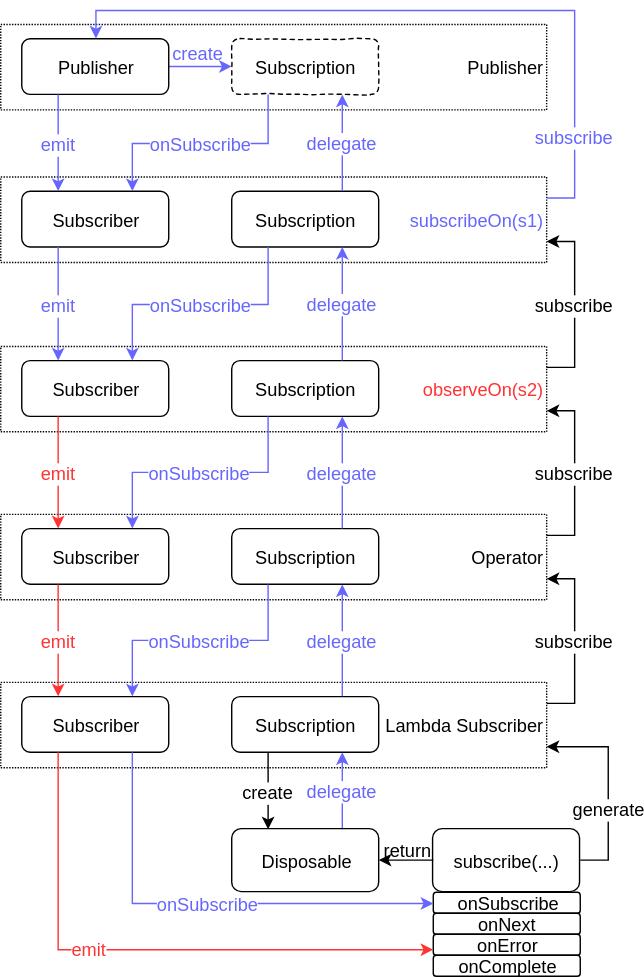
Earlier version of the draw.io export doc/rxjava/Scheduler.svg (XDean/Share). Source tidied: cells renumbered, new cells last; positions are measured from the earlier drawing's top-left corner, leaving out a move shared by most shapes.
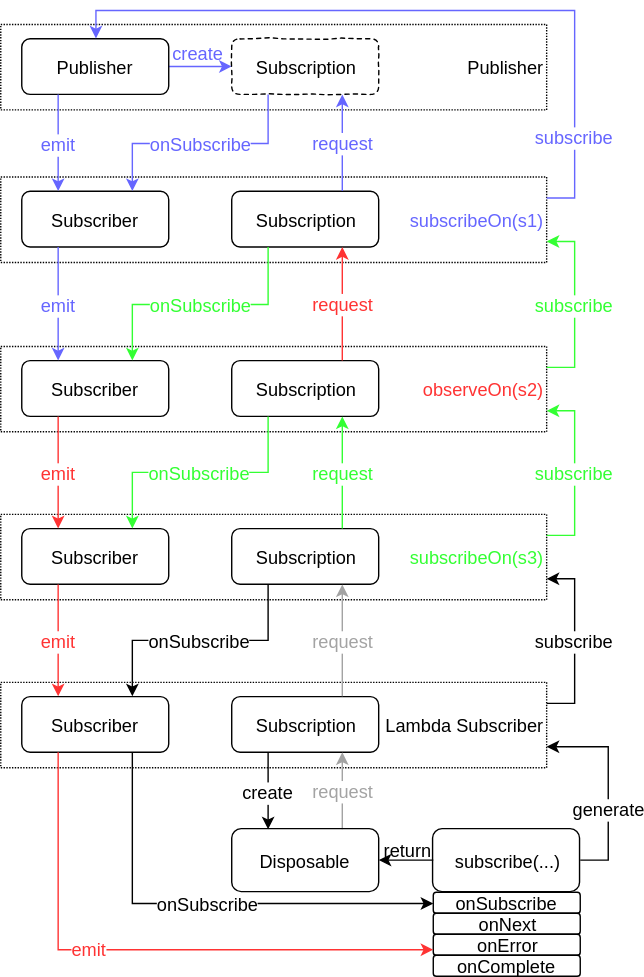
After the commit.

The edit, as a diff of the source:
```diff
@@ -29,7 +29,7 @@
     <mxCell id="10" style="group;" parent="1" vertex="1">
       <mxGeometry y="350" width="390" height="61" as="geometry" />
     </mxCell>
-    <mxCell id="11" value="Operator" style="rounded=0;whiteSpace=wrap;html=1;fillColor=none;gradientColor=none;fontSize=13;dashed=1;dashPattern=1 1;align=right;" parent="10" vertex="1">
+    <mxCell id="11" value="&lt;span&gt;&lt;font color=&quot;#33ff33&quot;&gt;subscribeOn(s3)&lt;/font&gt;&lt;/span&gt;" style="rounded=0;whiteSpace=wrap;html=1;fillColor=none;gradientColor=none;fontSize=13;dashed=1;dashPattern=1 1;align=right;" parent="10" vertex="1">
       <mxGeometry width="390" height="61" as="geometry" />
     </mxCell>
     <mxCell id="12" value="Subscriber" style="rounded=1;whiteSpace=wrap;html=1;fillColor=#ffffff;gradientColor=none;fontSize=13;" parent="10" vertex="1">
@@ -65,28 +65,28 @@
     <mxCell id="22" value="Subscription&lt;br&gt;" style="rounded=1;whiteSpace=wrap;html=1;fillColor=#ffffff;gradientColor=none;fontSize=13;shadow=0;glass=0;comic=1;dashed=1;" parent="18" vertex="1">
       <mxGeometry x="165" y="10.2" width="105" height="39.8" as="geometry" />
     </mxCell>
-    <mxCell id="23" value="&lt;font color=&quot;#6666ff&quot;&gt;delegate&lt;/font&gt;" style="edgeStyle=orthogonalEdgeStyle;rounded=0;html=1;exitX=0.75;exitY=0;entryX=0.75;entryY=1;jettySize=auto;strokeColor=#6666FF;fontSize=13;" parent="1" edge="1" source="5" target="22">
+    <mxCell id="23" value="&lt;font color=&quot;#6666ff&quot;&gt;request&lt;/font&gt;" style="edgeStyle=orthogonalEdgeStyle;rounded=0;html=1;exitX=0.75;exitY=0;entryX=0.75;entryY=1;jettySize=auto;strokeColor=#6666FF;fontSize=13;" parent="1" edge="1" source="5" target="22">
       <mxGeometry relative="1" as="geometry" />
     </mxCell>
-    <mxCell id="24" value="&lt;font color=&quot;#6666ff&quot;&gt;delegate&lt;/font&gt;" style="edgeStyle=orthogonalEdgeStyle;rounded=0;html=1;exitX=0.75;exitY=0;entryX=0.75;entryY=1;jettySize=auto;strokeColor=#6666FF;fontSize=13;" parent="1" edge="1" source="9" target="5">
+    <mxCell id="24" value="&lt;font color=&quot;#ff3333&quot;&gt;request&lt;/font&gt;" style="edgeStyle=orthogonalEdgeStyle;rounded=0;html=1;exitX=0.75;exitY=0;entryX=0.75;entryY=1;jettySize=auto;strokeColor=#FF3333;fontSize=13;" parent="1" edge="1" source="9" target="5">
       <mxGeometry relative="1" as="geometry" />
     </mxCell>
-    <mxCell id="25" value="&lt;font color=&quot;#6666ff&quot;&gt;delegate&lt;/font&gt;" style="edgeStyle=orthogonalEdgeStyle;rounded=0;html=1;exitX=0.75;exitY=0;entryX=0.75;entryY=1;jettySize=auto;strokeColor=#6666FF;fontSize=13;" parent="1" edge="1" source="13" target="9">
+    <mxCell id="25" value="&lt;font color=&quot;#33ff33&quot;&gt;request&lt;/font&gt;" style="edgeStyle=orthogonalEdgeStyle;rounded=0;html=1;exitX=0.75;exitY=0;entryX=0.75;entryY=1;jettySize=auto;strokeColor=#33FF33;fontSize=13;" parent="1" edge="1" source="13" target="9">
       <mxGeometry relative="1" as="geometry" />
     </mxCell>
-    <mxCell id="26" value="&lt;font color=&quot;#6666ff&quot;&gt;delegate&lt;/font&gt;" style="edgeStyle=orthogonalEdgeStyle;rounded=0;html=1;exitX=0.75;exitY=0;entryX=0.75;entryY=1;jettySize=auto;strokeColor=#6666FF;fontSize=13;" parent="1" edge="1" source="17" target="13">
+    <mxCell id="26" value="&lt;font color=&quot;#a3a3a3&quot;&gt;request&lt;/font&gt;" style="edgeStyle=orthogonalEdgeStyle;rounded=0;html=1;exitX=0.75;exitY=0;entryX=0.75;entryY=1;jettySize=auto;strokeColor=#A3A3A3;fontSize=13;" parent="1" edge="1" source="17" target="13">
       <mxGeometry relative="1" as="geometry" />
     </mxCell>
     <mxCell id="27" value="&lt;font color=&quot;#6666ff&quot;&gt;onSubscribe&lt;/font&gt;" style="edgeStyle=orthogonalEdgeStyle;rounded=0;html=1;exitX=0.25;exitY=1;entryX=0.75;entryY=0;jettySize=auto;strokeColor=#6666FF;fontSize=13;" parent="1" edge="1" source="22" target="4">
       <mxGeometry relative="1" as="geometry" />
     </mxCell>
-    <mxCell id="28" value="&lt;font color=&quot;#6666ff&quot;&gt;onSubscribe&lt;/font&gt;" style="edgeStyle=orthogonalEdgeStyle;rounded=0;html=1;exitX=0.25;exitY=1;entryX=0.75;entryY=0;jettySize=auto;strokeColor=#6666FF;fontSize=13;" parent="1" edge="1" source="5" target="8">
+    <mxCell id="28" value="&lt;font color=&quot;#33ff33&quot;&gt;onSubscribe&lt;/font&gt;" style="edgeStyle=orthogonalEdgeStyle;rounded=0;html=1;exitX=0.25;exitY=1;entryX=0.75;entryY=0;jettySize=auto;strokeColor=#33FF33;fontSize=13;fontColor=#000000;" parent="1" edge="1" source="5" target="8">
       <mxGeometry relative="1" as="geometry" />
     </mxCell>
-    <mxCell id="29" value="&lt;font color=&quot;#6666ff&quot;&gt;onSubscribe&lt;/font&gt;" style="edgeStyle=orthogonalEdgeStyle;rounded=0;html=1;exitX=0.25;exitY=1;entryX=0.75;entryY=0;jettySize=auto;strokeColor=#6666FF;fontSize=13;" parent="1" edge="1" source="9" target="12">
+    <mxCell id="29" value="&lt;font color=&quot;#33ff33&quot;&gt;onSubscribe&lt;/font&gt;" style="edgeStyle=orthogonalEdgeStyle;rounded=0;html=1;exitX=0.25;exitY=1;entryX=0.75;entryY=0;jettySize=auto;strokeColor=#33FF33;fontSize=13;fontColor=#000000;" parent="1" edge="1" source="9" target="12">
       <mxGeometry relative="1" as="geometry" />
     </mxCell>
-    <mxCell id="30" value="&lt;font color=&quot;#6666ff&quot;&gt;onSubscribe&lt;/font&gt;" style="edgeStyle=orthogonalEdgeStyle;rounded=0;html=1;exitX=0.25;exitY=1;entryX=0.75;entryY=0;jettySize=auto;strokeColor=#6666FF;fontSize=13;" parent="1" edge="1" source="13" target="16">
+    <mxCell id="30" value="&lt;font&gt;onSubscribe&lt;/font&gt;" style="edgeStyle=orthogonalEdgeStyle;rounded=0;html=1;exitX=0.25;exitY=1;entryX=0.75;entryY=0;jettySize=auto;strokeColor=#000000;fontSize=13;fontColor=#000000;" parent="1" edge="1" source="13" target="16">
       <mxGeometry relative="1" as="geometry" />
     </mxCell>
     <mxCell id="31" value="generate" style="edgeStyle=orthogonalEdgeStyle;rounded=0;html=1;exitX=1;exitY=0.5;entryX=1;entryY=0.75;labelBackgroundColor=#ffffff;jettySize=auto;strokeColor=#000000;fontSize=13;" parent="1" edge="1" source="33" target="15">
@@ -98,7 +98,7 @@
     <mxCell id="33" value="subscribe(...)" style="rounded=1;whiteSpace=wrap;html=1;shadow=0;glass=0;comic=0;strokeColor=#000000;fillColor=none;gradientColor=none;fontSize=13;align=center;" parent="1" vertex="1">
       <mxGeometry x="308.5" y="574.5" width="105" height="45" as="geometry" />
     </mxCell>
-    <mxCell id="34" value="&lt;font color=&quot;#6666ff&quot;&gt;delegate&lt;/font&gt;" style="edgeStyle=orthogonalEdgeStyle;rounded=0;html=1;exitX=0.75;exitY=0;entryX=0.75;entryY=1;labelBackgroundColor=#ffffff;jettySize=auto;strokeColor=#6666FF;fontSize=13;" parent="1" edge="1" source="35" target="17">
+    <mxCell id="34" value="&lt;font color=&quot;#a3a3a3&quot;&gt;request&lt;/font&gt;" style="edgeStyle=orthogonalEdgeStyle;rounded=0;html=1;exitX=0.75;exitY=0;entryX=0.75;entryY=1;labelBackgroundColor=#ffffff;jettySize=auto;strokeColor=#A3A3A3;fontSize=13;fillColor=#f5f5f5;gradientColor=#b3b3b3;" parent="1" edge="1" source="35" target="17">
       <mxGeometry relative="1" as="geometry" />
     </mxCell>
     <mxCell id="35" value="Disposable" style="rounded=1;whiteSpace=wrap;html=1;shadow=0;glass=0;comic=0;strokeColor=#000000;fillColor=none;gradientColor=none;fontSize=13;align=center;" parent="1" vertex="1">
@@ -110,10 +110,10 @@
     <mxCell id="37" value="subscribe" style="edgeStyle=orthogonalEdgeStyle;rounded=0;html=1;exitX=1;exitY=0.25;entryX=1;entryY=0.75;labelBackgroundColor=#ffffff;jettySize=auto;strokeColor=#000000;fontSize=13;" parent="1" edge="1" source="15" target="11">
       <mxGeometry relative="1" as="geometry" />
     </mxCell>
-    <mxCell id="38" value="subscribe" style="edgeStyle=orthogonalEdgeStyle;rounded=0;html=1;entryX=1;entryY=0.75;labelBackgroundColor=#ffffff;jettySize=auto;strokeColor=#000000;fontSize=13;exitX=1;exitY=0.25;" parent="1" edge="1" source="11" target="7">
+    <mxCell id="38" value="&lt;font color=&quot;#33ff33&quot;&gt;subscribe&lt;/font&gt;" style="edgeStyle=orthogonalEdgeStyle;rounded=0;html=1;entryX=1;entryY=0.75;labelBackgroundColor=#ffffff;jettySize=auto;strokeColor=#33FF33;fontSize=13;exitX=1;exitY=0.25;fillColor=#cdeb8b;" parent="1" edge="1" source="11" target="7">
       <mxGeometry relative="1" as="geometry" />
     </mxCell>
-    <mxCell id="39" value="subscribe" style="edgeStyle=orthogonalEdgeStyle;rounded=0;html=1;entryX=1;entryY=0.75;labelBackgroundColor=#ffffff;jettySize=auto;strokeColor=#000000;fontSize=13;exitX=1;exitY=0.25;" parent="1" edge="1" source="7" target="3">
+    <mxCell id="39" value="&lt;font color=&quot;#33ff33&quot;&gt;subscribe&lt;/font&gt;" style="edgeStyle=orthogonalEdgeStyle;rounded=0;html=1;entryX=1;entryY=0.75;labelBackgroundColor=#ffffff;jettySize=auto;strokeColor=#33FF33;fontSize=13;exitX=1;exitY=0.25;" parent="1" edge="1" source="7" target="3">
       <mxGeometry relative="1" as="geometry" />
     </mxCell>
     <mxCell id="40" value="&lt;font color=&quot;#6666ff&quot;&gt;subscribe&lt;/font&gt;" style="edgeStyle=orthogonalEdgeStyle;rounded=0;html=1;exitX=1;exitY=0.25;entryX=0.5;entryY=0;labelBackgroundColor=#ffffff;jettySize=auto;strokeColor=#6666FF;fontSize=13;" parent="1" edge="1" source="3" target="21">
@@ -143,7 +143,7 @@
     <mxCell id="48" value="onComplete" style="rounded=1;whiteSpace=wrap;html=1;shadow=0;glass=0;comic=0;strokeColor=#000000;fillColor=none;gradientColor=none;fontSize=13;align=center;" parent="1" vertex="1">
       <mxGeometry x="309" y="665" width="105" height="15" as="geometry" />
     </mxCell>
-    <mxCell id="49" value="&lt;font color=&quot;#6666ff&quot;&gt;onSubscribe&lt;/font&gt;" style="edgeStyle=orthogonalEdgeStyle;rounded=0;html=1;exitX=0.75;exitY=1;entryX=0;entryY=0.5;labelBackgroundColor=#ffffff;jettySize=auto;strokeColor=#6666FF;fontSize=13;" parent="1" edge="1" source="16" target="45">
+    <mxCell id="49" value="&lt;font&gt;onSubscribe&lt;/font&gt;" style="edgeStyle=orthogonalEdgeStyle;rounded=0;html=1;exitX=0.75;exitY=1;entryX=0;entryY=0.5;labelBackgroundColor=#ffffff;jettySize=auto;strokeColor=#000000;fontSize=13;fontColor=#000000;" parent="1" edge="1" source="16" target="45">
       <mxGeometry relative="1" as="geometry" />
     </mxCell>
     <mxCell id="50" style="edgeStyle=orthogonalEdgeStyle;rounded=0;html=1;exitX=0.25;exitY=1;entryX=0;entryY=0.75;labelBackgroundColor=none;jettySize=auto;strokeColor=#FF3333;fontSize=13;" parent="1" edge="1" source="16" target="47">
```
